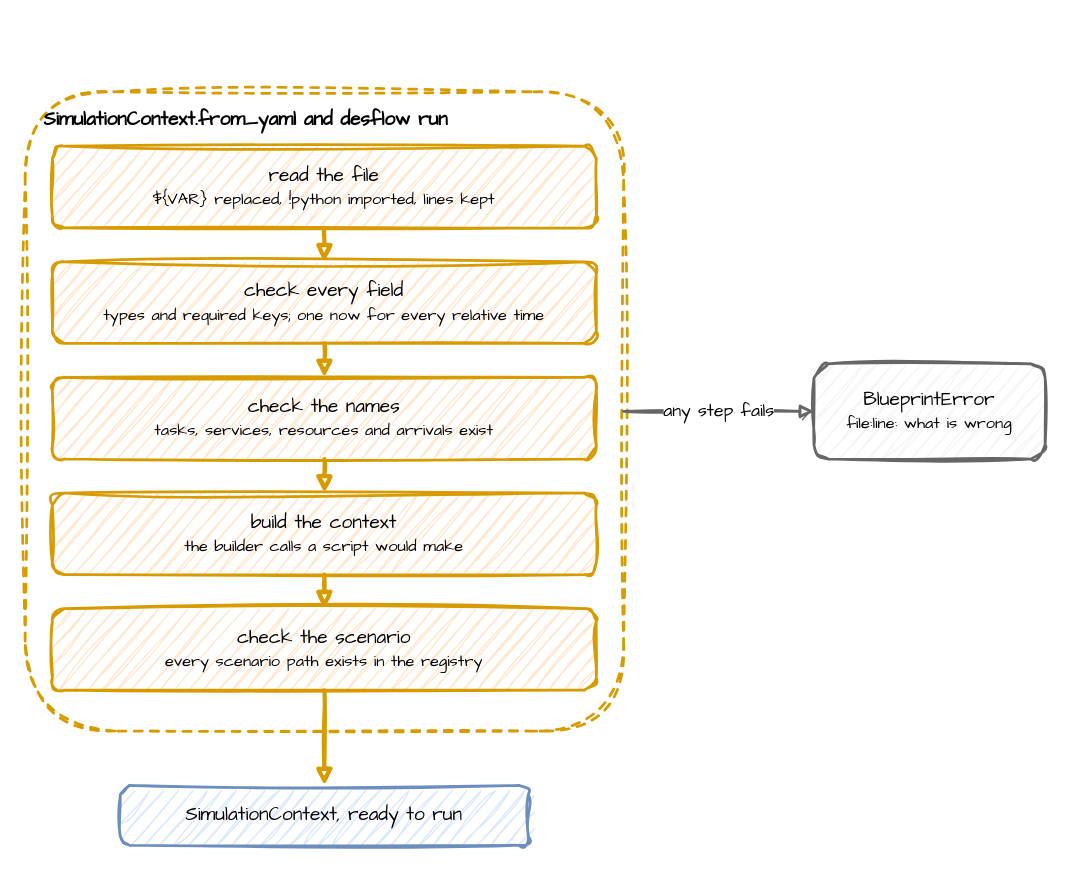
jaehyeon-kim/desflow keeps this draw.io diagram as docs/assets/diagrams/blueprint-loading.drawio. Above is the earlier version. Source tidied: cells renumbered, new cells numbered last; positions are measured from the earlier drawing's top-left corner, leaving out a move shared by most shapes. Both pictures are drawn from the tidied source at 136%, with x=0, y=0 at pixel (24, 91).
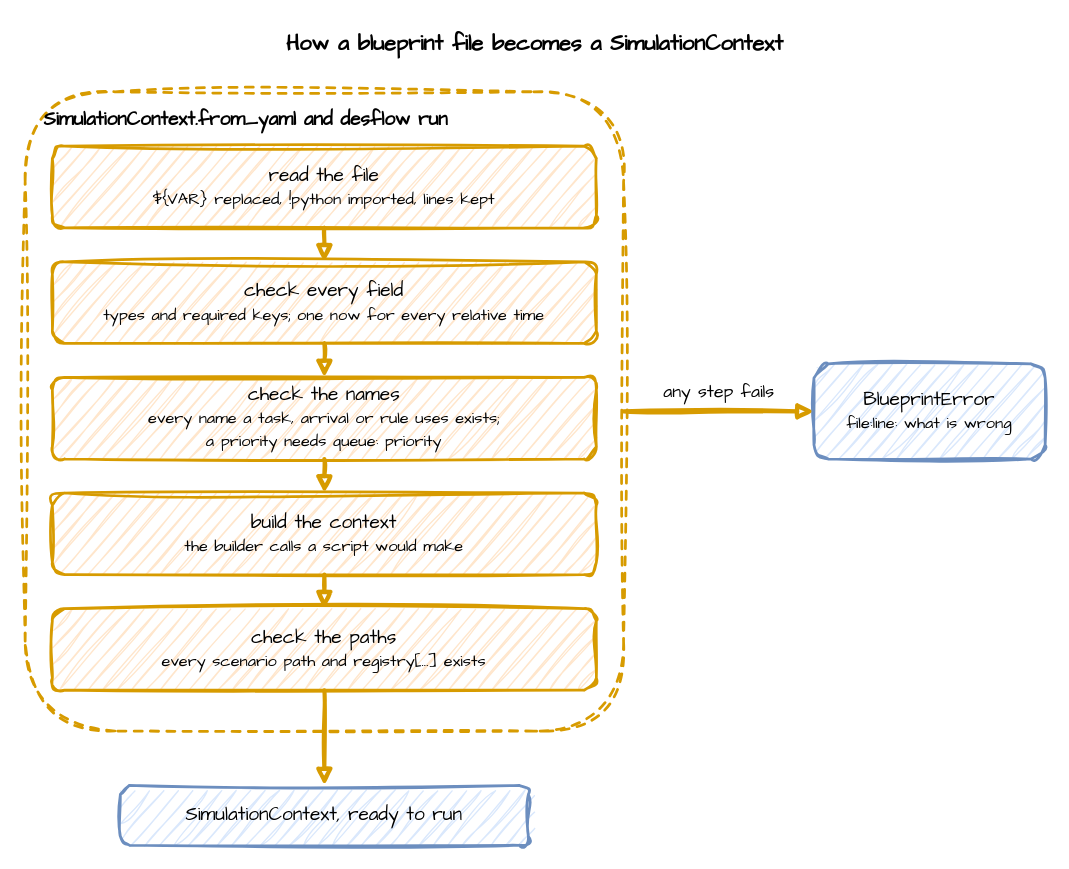
After the change.

Diff of the diagram source:
```diff
@@
 <mxGraphModel>
   <root>
     <mxCell id="0" />
     <mxCell id="1" parent="0" />
+    <mxCell id="16" value="How a blueprint file becomes a SimulationContext" style="text;html=1;align=center;verticalAlign=middle;whiteSpace=wrap;fontFamily=Comic Sans MS;fontSize=16;fontStyle=1;" parent="1" vertex="1">
+      <mxGeometry y="-50" width="750" height="30" as="geometry" />
+    </mxCell>
     <mxCell id="2" value="SimulationContext.from_yaml and desflow run" style="rounded=1;whiteSpace=wrap;html=1;sketch=1;curveFitting=1;jiggle=2;fontFamily=Comic Sans MS;fontSize=14;fillColor=none;strokeColor=#d79b00;strokeWidth=2;dashed=1;verticalAlign=top;align=left;spacingLeft=12;spacingTop=6;fontStyle=1;" parent="1" vertex="1">
       <mxGeometry width="440" height="470" as="geometry" />
     </mxCell>
     <mxCell id="3" value="read the file&lt;br&gt;&lt;font style='font-size:12px'&gt;${VAR} replaced, !python imported, lines kept&lt;/font&gt;" style="rounded=1;whiteSpace=wrap;html=1;sketch=1;curveFitting=1;jiggle=2;fontFamily=Comic Sans MS;fontSize=14;fillColor=#ffe6cc;strokeColor=#d79b00;strokeWidth=2;" parent="1" vertex="1">
       <mxGeometry x="20" y="40" width="400" height="60" as="geometry" />
     </mxCell>
     <mxCell id="4" value="check every field&lt;br&gt;&lt;font style='font-size:12px'&gt;types and required keys; one now for every relative time&lt;/font&gt;" style="rounded=1;whiteSpace=wrap;html=1;sketch=1;curveFitting=1;jiggle=2;fontFamily=Comic Sans MS;fontSize=14;fillColor=#ffe6cc;strokeColor=#d79b00;strokeWidth=2;" parent="1" vertex="1">
       <mxGeometry x="20" y="125" width="400" height="60" as="geometry" />
     </mxCell>
-    <mxCell id="5" value="check the names&lt;br&gt;&lt;font style='font-size:12px'&gt;tasks, services, resources and arrivals exist&lt;/font&gt;" style="rounded=1;whiteSpace=wrap;html=1;sketch=1;curveFitting=1;jiggle=2;fontFamily=Comic Sans MS;fontSize=14;fillColor=#ffe6cc;strokeColor=#d79b00;strokeWidth=2;" parent="1" vertex="1">
+    <mxCell id="5" value="check the names&lt;br&gt;&lt;font style='font-size:12px'&gt;every name a task, arrival or rule uses exists;&lt;br&gt;a priority needs queue: priority&lt;/font&gt;" style="rounded=1;whiteSpace=wrap;html=1;sketch=1;curveFitting=1;jiggle=2;fontFamily=Comic Sans MS;fontSize=14;fillColor=#ffe6cc;strokeColor=#d79b00;strokeWidth=2;" parent="1" vertex="1">
       <mxGeometry x="20" y="210" width="400" height="60" as="geometry" />
     </mxCell>
     <mxCell id="6" value="build the context&lt;br&gt;&lt;font style='font-size:12px'&gt;the builder calls a script would make&lt;/font&gt;" style="rounded=1;whiteSpace=wrap;html=1;sketch=1;curveFitting=1;jiggle=2;fontFamily=Comic Sans MS;fontSize=14;fillColor=#ffe6cc;strokeColor=#d79b00;strokeWidth=2;" parent="1" vertex="1">
       <mxGeometry x="20" y="295" width="400" height="60" as="geometry" />
     </mxCell>
-    <mxCell id="7" value="check the scenario&lt;br&gt;&lt;font style='font-size:12px'&gt;every scenario path exists in the registry&lt;/font&gt;" style="rounded=1;whiteSpace=wrap;html=1;sketch=1;curveFitting=1;jiggle=2;fontFamily=Comic Sans MS;fontSize=14;fillColor=#ffe6cc;strokeColor=#d79b00;strokeWidth=2;" parent="1" vertex="1">
+    <mxCell id="7" value="check the paths&lt;br&gt;&lt;font style='font-size:12px'&gt;every scenario path and registry[...] exists&lt;/font&gt;" style="rounded=1;whiteSpace=wrap;html=1;sketch=1;curveFitting=1;jiggle=2;fontFamily=Comic Sans MS;fontSize=14;fillColor=#ffe6cc;strokeColor=#d79b00;strokeWidth=2;" parent="1" vertex="1">
       <mxGeometry x="20" y="380" width="400" height="60" as="geometry" />
     </mxCell>
     <mxCell id="8" style="edgeStyle=orthogonalEdgeStyle;rounded=0;sketch=1;html=1;strokeWidth=3;endArrow=block;strokeColor=#d79b00;fontFamily=Comic Sans MS;fontSize=13;labelBackgroundColor=#ffffff;exitX=0.5;exitY=1;exitDx=0;exitDy=0;entryX=0.5;entryY=0;entryDx=0;entryDy=0;" parent="1" edge="1" source="3" target="4">
       <mxGeometry relative="1" as="geometry" />
     </mxCell>
     <mxCell id="9" style="edgeStyle=orthogonalEdgeStyle;rounded=0;sketch=1;html=1;strokeWidth=3;endArrow=block;strokeColor=#d79b00;fontFamily=Comic Sans MS;fontSize=13;labelBackgroundColor=#ffffff;exitX=0.5;exitY=1;exitDx=0;exitDy=0;entryX=0.5;entryY=0;entryDx=0;entryDy=0;" parent="1" edge="1" source="4" target="5">
       <mxGeometry relative="1" as="geometry" />
     </mxCell>
     <mxCell id="10" style="edgeStyle=orthogonalEdgeStyle;rounded=0;sketch=1;html=1;strokeWidth=3;endArrow=block;strokeColor=#d79b00;fontFamily=Comic Sans MS;fontSize=13;labelBackgroundColor=#ffffff;exitX=0.5;exitY=1;exitDx=0;exitDy=0;entryX=0.5;entryY=0;entryDx=0;entryDy=0;" parent="1" edge="1" source="5" target="6">
       <mxGeometry relative="1" as="geometry" />
     </mxCell>
     <mxCell id="11" style="edgeStyle=orthogonalEdgeStyle;rounded=0;sketch=1;html=1;strokeWidth=3;endArrow=block;strokeColor=#d79b00;fontFamily=Comic Sans MS;fontSize=13;labelBackgroundColor=#ffffff;exitX=0.5;exitY=1;exitDx=0;exitDy=0;entryX=0.5;entryY=0;entryDx=0;entryDy=0;" parent="1" edge="1" source="6" target="7">
       <mxGeometry relative="1" as="geometry" />
     </mxCell>
     <mxCell id="12" value="SimulationContext, ready to run" style="rounded=1;whiteSpace=wrap;html=1;sketch=1;curveFitting=1;jiggle=2;fontFamily=Comic Sans MS;fontSize=14;fillColor=#dae8fc;strokeColor=#6c8ebf;strokeWidth=2;" parent="1" vertex="1">
       <mxGeometry x="70" y="510" width="300" height="44" as="geometry" />
     </mxCell>
     <mxCell id="13" style="edgeStyle=orthogonalEdgeStyle;rounded=0;sketch=1;html=1;strokeWidth=3;endArrow=block;strokeColor=#d79b00;fontFamily=Comic Sans MS;fontSize=13;labelBackgroundColor=#ffffff;exitX=0.5;exitY=1;exitDx=0;exitDy=0;entryX=0.5;entryY=0;entryDx=0;entryDy=0;" parent="1" edge="1" source="7" target="12">
       <mxGeometry relative="1" as="geometry" />
     </mxCell>
-    <mxCell id="14" value="BlueprintError&lt;br&gt;&lt;font style='font-size:12px'&gt;file:line: what is wrong&lt;/font&gt;" style="rounded=1;whiteSpace=wrap;html=1;sketch=1;curveFitting=1;jiggle=2;fontFamily=Comic Sans MS;fontSize=14;fillColor=#f5f5f5;strokeColor=#666666;strokeWidth=2;" parent="1" vertex="1">
+    <mxCell id="14" value="BlueprintError&lt;br&gt;&lt;font style='font-size:12px'&gt;file:line: what is wrong&lt;/font&gt;" style="rounded=1;whiteSpace=wrap;html=1;sketch=1;curveFitting=1;jiggle=2;fontFamily=Comic Sans MS;fontSize=14;fillColor=#dae8fc;strokeColor=#6c8ebf;strokeWidth=2;" parent="1" vertex="1">
       <mxGeometry x="580" y="200" width="170" height="70" as="geometry" />
     </mxCell>
-    <mxCell id="15" value="any step fails" style="edgeStyle=orthogonalEdgeStyle;rounded=0;sketch=1;html=1;strokeWidth=2;endArrow=block;strokeColor=#666666;fontFamily=Comic Sans MS;fontSize=13;labelBackgroundColor=#ffffff;exitX=1;exitY=0.5;exitDx=0;exitDy=0;entryX=0;entryY=0.5;entryDx=0;entryDy=0;" parent="1" edge="1" source="2" target="14">
-      <mxGeometry relative="1" as="geometry" />
+    <mxCell id="15" value="any step fails" style="edgeStyle=orthogonalEdgeStyle;rounded=0;sketch=1;html=1;strokeWidth=3;endArrow=block;strokeColor=#d79b00;fontFamily=Comic Sans MS;fontSize=13;labelBackgroundColor=#ffffff;exitX=1;exitY=0.5;exitDx=0;exitDy=0;entryX=0;entryY=0.5;entryDx=0;entryDy=0;" parent="1" edge="1" source="2" target="14">
+      <mxGeometry relative="1" as="geometry">
+        <mxPoint y="-14" as="offset" />
+      </mxGeometry>
     </mxCell>
   </root>
 </mxGraphModel>
```
